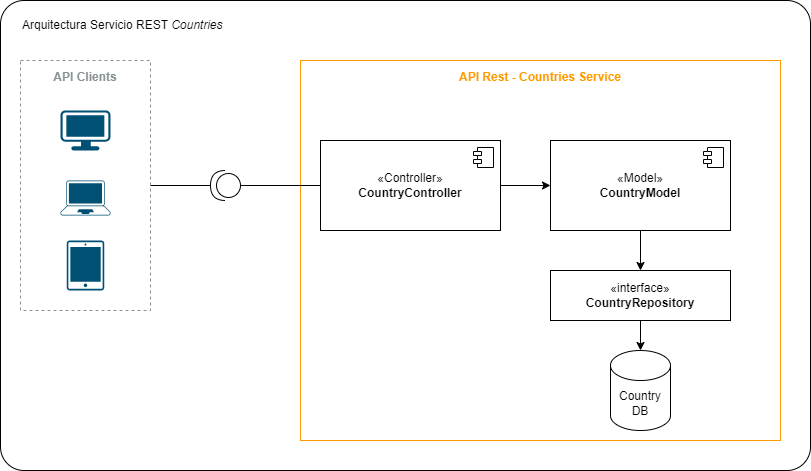
The draw.io diagram docs/diagrama-arquitectura.drawio.png in omarnoriega/workshop-unit-test, before a commit. Source tidied: cells renumbered, new cells last; positions are measured from the earlier drawing's top-left corner, leaving out a move shared by most shapes.
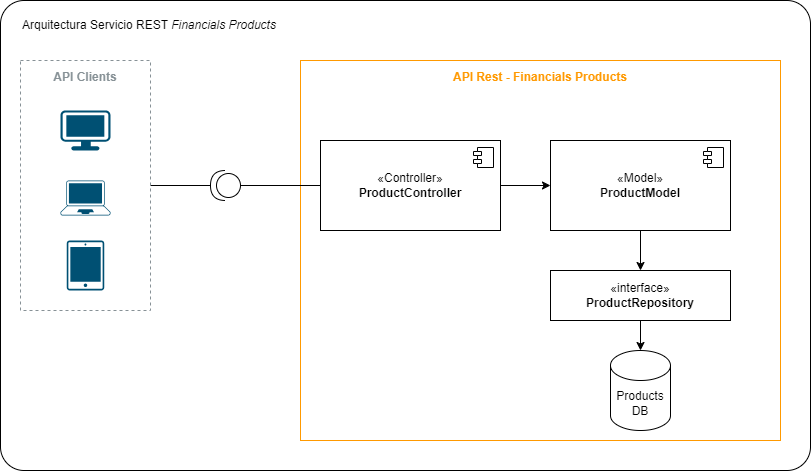
After the change.

Diff of the diagram source:
```diff
@@ -5,13 +5,13 @@
     <mxCell id="2" style="rounded=1;whiteSpace=wrap;html=1;arcSize=5;fillColor=default;" parent="1" vertex="1">
       <mxGeometry width="810" height="470" as="geometry" />
     </mxCell>
-    <mxCell id="3" value="API Rest - Countries Service" style="gradientColor=none;html=1;whiteSpace=wrap;fontSize=12;fontStyle=1;strokeColor=#FF9900;fillColor=none;verticalAlign=top;align=center;fontColor=#FF9900;dashed=0;spacingTop=3;" parent="1" vertex="1">
+    <mxCell id="3" value="API Rest - Financials Products" style="gradientColor=none;html=1;whiteSpace=wrap;fontSize=12;fontStyle=1;strokeColor=#FF9900;fillColor=none;verticalAlign=top;align=center;fontColor=#FF9900;dashed=0;spacingTop=3;" parent="1" vertex="1">
       <mxGeometry x="300" y="60" width="480" height="380" as="geometry" />
     </mxCell>
     <mxCell id="4" style="edgeStyle=orthogonalEdgeStyle;rounded=0;jettySize=auto;html=1;" parent="1" edge="1" source="5" target="8">
       <mxGeometry relative="1" as="geometry" />
     </mxCell>
-    <mxCell id="5" value="«Controller»&lt;br&gt;&lt;b&gt;CountryController&lt;/b&gt;" style="html=1;whiteSpace=wrap;" parent="1" vertex="1">
+    <mxCell id="5" value="«Controller»&lt;br&gt;&lt;b&gt;ProductController&lt;/b&gt;" style="html=1;whiteSpace=wrap;" parent="1" vertex="1">
       <mxGeometry x="320" y="140" width="180" height="90" as="geometry" />
     </mxCell>
     <mxCell id="6" style="shape=module;jettyWidth=8;jettyHeight=4;" parent="5" vertex="1">
@@ -22,7 +22,7 @@
     <mxCell id="7" style="edgeStyle=orthogonalEdgeStyle;rounded=0;jettySize=auto;html=1;entryX=0.5;entryY=0;entryDx=0;entryDy=0;" parent="1" edge="1" source="8" target="11">
       <mxGeometry relative="1" as="geometry" />
     </mxCell>
-    <mxCell id="8" value="«Model»&lt;br&gt;&lt;b&gt;CountryModel&lt;/b&gt;" style="html=1;whiteSpace=wrap;" parent="1" vertex="1">
+    <mxCell id="8" value="«Model»&lt;br&gt;&lt;b&gt;ProductModel&lt;/b&gt;" style="html=1;whiteSpace=wrap;" parent="1" vertex="1">
       <mxGeometry x="550" y="140" width="180" height="90" as="geometry" />
     </mxCell>
     <mxCell id="9" style="shape=module;jettyWidth=8;jettyHeight=4;" parent="8" vertex="1">
@@ -33,10 +33,10 @@
     <mxCell id="10" style="edgeStyle=orthogonalEdgeStyle;rounded=0;jettySize=auto;html=1;" parent="1" edge="1" source="11" target="12">
       <mxGeometry relative="1" as="geometry" />
     </mxCell>
-    <mxCell id="11" value="«interface»&lt;br&gt;&lt;b&gt;CountryRepository&lt;/b&gt;" style="html=1;whiteSpace=wrap;" parent="1" vertex="1">
+    <mxCell id="11" value="«interface»&lt;br&gt;&lt;b&gt;ProductRepository&lt;/b&gt;" style="html=1;whiteSpace=wrap;" parent="1" vertex="1">
       <mxGeometry x="550" y="270" width="180" height="50" as="geometry" />
     </mxCell>
-    <mxCell id="12" value="Country DB" style="shape=cylinder3;whiteSpace=wrap;html=1;boundedLbl=1;backgroundOutline=1;size=15;" parent="1" vertex="1">
+    <mxCell id="12" value="Products&lt;br&gt;DB" style="shape=cylinder3;whiteSpace=wrap;html=1;boundedLbl=1;backgroundOutline=1;size=15;" parent="1" vertex="1">
       <mxGeometry x="610" y="350" width="60" height="80" as="geometry" />
     </mxCell>
     <mxCell id="13" style="edgeStyle=orthogonalEdgeStyle;rounded=0;jettySize=auto;html=1;entryX=0;entryY=0.5;entryDx=0;entryDy=0;endArrow=none;endFill=0;" parent="1" edge="1" source="14" target="5">
@@ -60,7 +60,7 @@
     <mxCell id="19" value="API Clients" style="outlineConnect=0;gradientColor=none;html=1;whiteSpace=wrap;fontSize=12;fontStyle=1;strokeColor=#879196;fillColor=none;verticalAlign=top;align=center;fontColor=#879196;dashed=1;spacingTop=3;" parent="1" vertex="1">
       <mxGeometry x="20" y="60" width="130" height="250" as="geometry" />
     </mxCell>
-    <mxCell id="20" value="Arquitectura Servicio REST &lt;i&gt;Countries&lt;/i&gt;" style="text;html=1;strokeColor=none;fillColor=none;align=left;verticalAlign=middle;whiteSpace=wrap;rounded=0;" parent="1" vertex="1">
+    <mxCell id="20" value="Arquitectura Servicio REST &lt;i&gt;Financials Products&lt;/i&gt;" style="text;html=1;strokeColor=none;fillColor=none;align=left;verticalAlign=middle;whiteSpace=wrap;rounded=0;" parent="1" vertex="1">
       <mxGeometry x="20" y="10" width="480" height="30" as="geometry" />
     </mxCell>
   </root>
```
